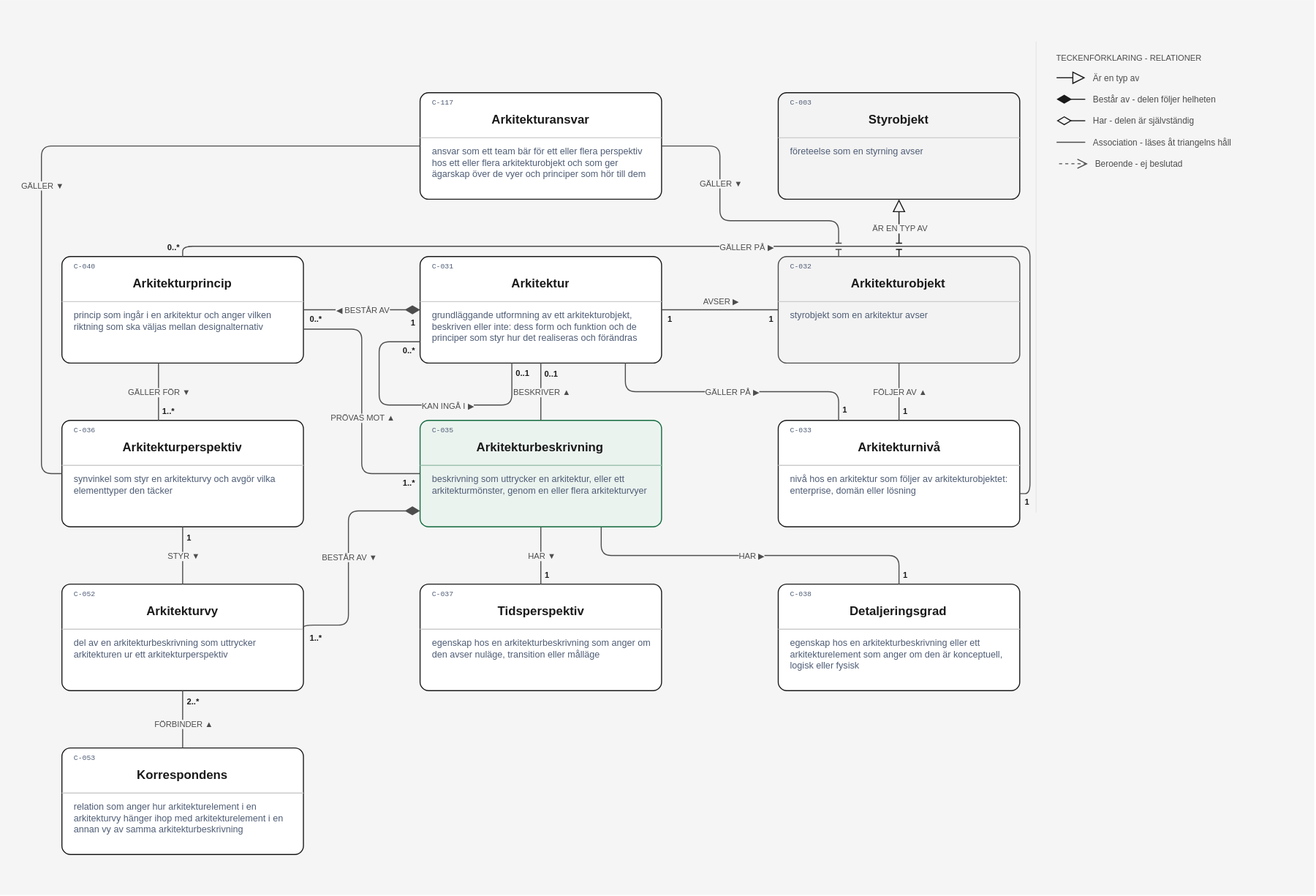
This is layout/Arkitektur/Arkitektur dimensioner.drawio.svg from nickdin/gestaltadet-katalog, a draw.io export, as it was before one commit. Source tidied: cells renumbered, new cells last; positions are measured from the earlier drawing's top-left corner, leaving out a move shared by most shapes.
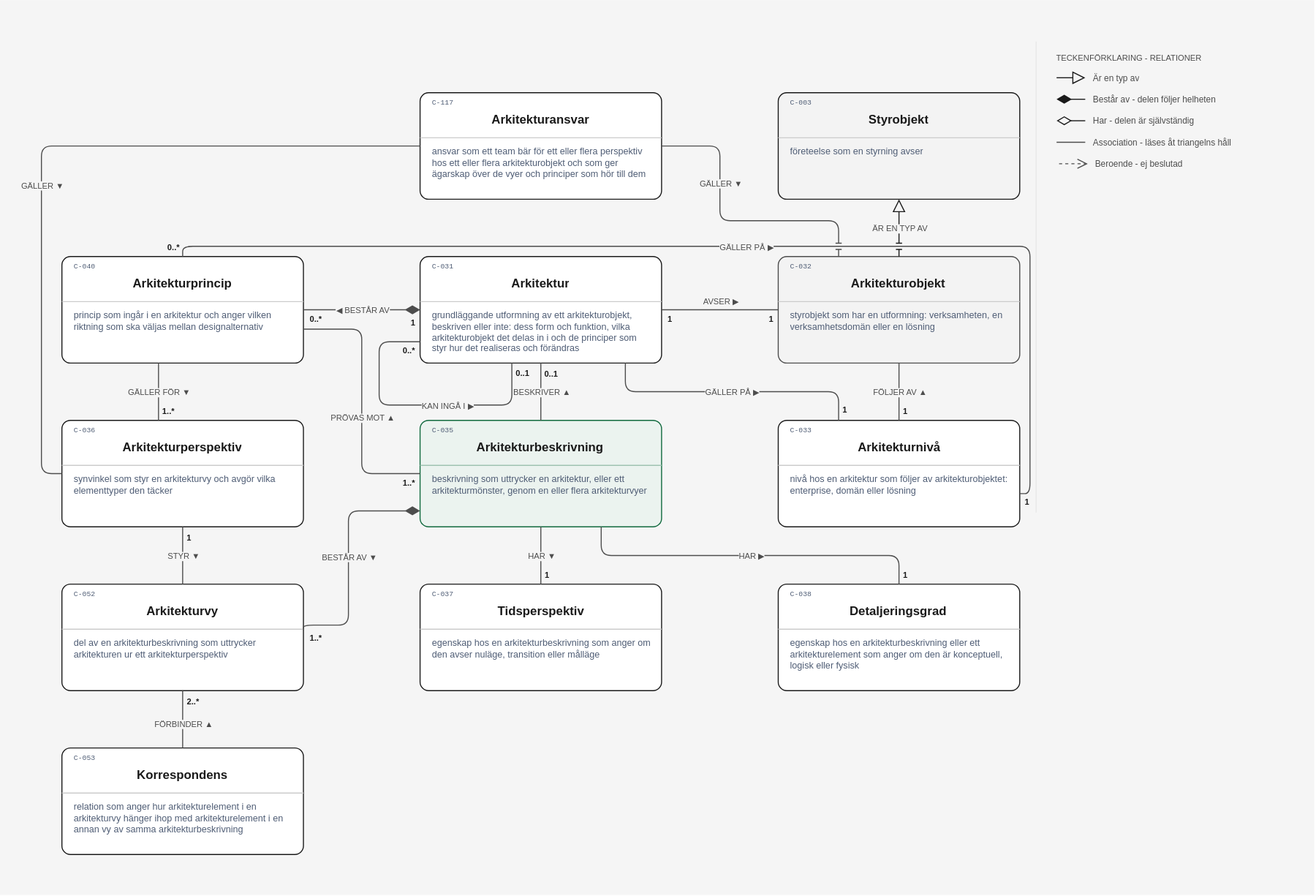
After the commit.

Commit message:
Ritningen Arkitektur dimensioner: 2 definitionstexter ändrade, Arkitektur (C-031) och Arkitekturobjekt (C-032), inga pilar ändrade, Ticket #183

Claude-Session: https://claude.ai/code/session_014hgawK7ATpaCj7Z6dFRSFg

The edit, as a diff of the source:
```diff
@@ -44,7 +44,7 @@
     <mxCell id="13" value="C-031" style="text;html=1;strokeColor=none;fillColor=none;align=left;verticalAlign=middle;whiteSpace=wrap;overflow=hidden;fontFamily=Courier New;fontSize=7;fontColor=#4f5d75;spacing=0;" parent="9" vertex="1">
       <mxGeometry x="12" y="5" width="60" height="10" as="geometry" />
     </mxCell>
-    <mxCell id="14" value="grundläggande utformning av ett arkitekturobjekt, beskriven eller inte: dess form och funktion och de principer som styr hur det realiseras och förändras" style="text;html=1;strokeColor=none;fillColor=none;align=left;verticalAlign=top;whiteSpace=wrap;overflow=hidden;fontFamily=Helvetica;fontSize=9;fontColor=#4f5d75;spacing=0;spacingTop=0;" parent="9" vertex="1">
+    <mxCell id="14" value="grundläggande utformning av ett arkitekturobjekt, beskriven eller inte: dess form och funktion, vilka arkitekturobjekt det delas in i och de principer som styr hur det realiseras och förändras" style="text;html=1;strokeColor=none;fillColor=none;align=left;verticalAlign=top;whiteSpace=wrap;overflow=hidden;fontFamily=Helvetica;fontSize=9;fontColor=#4f5d75;spacing=0;spacingTop=0;" parent="9" vertex="1">
       <mxGeometry x="12" y="48" width="212" height="48" as="geometry" />
     </mxCell>
     <mxCell id="15" style="group;" parent="1" vertex="1">
@@ -65,8 +65,8 @@
     <mxCell id="19" value="C-032" style="text;html=1;strokeColor=none;fillColor=none;align=left;verticalAlign=middle;whiteSpace=wrap;overflow=hidden;fontFamily=Courier New;fontSize=7;fontColor=#4f5d75;spacing=0;" parent="15" vertex="1">
       <mxGeometry x="12" y="5" width="60" height="10" as="geometry" />
     </mxCell>
-    <mxCell id="20" value="styrobjekt som en arkitektur avser" style="text;html=1;strokeColor=none;fillColor=none;align=left;verticalAlign=top;whiteSpace=wrap;overflow=hidden;fontFamily=Helvetica;fontSize=9;fontColor=#4f5d75;spacing=0;spacingTop=0;" parent="15" vertex="1">
-      <mxGeometry x="12" y="48" width="212" height="15" as="geometry" />
+    <mxCell id="20" value="styrobjekt som har en utformning: verksamheten, en verksamhetsdomän eller en lösning" style="text;html=1;strokeColor=none;fillColor=none;align=left;verticalAlign=top;whiteSpace=wrap;overflow=hidden;fontFamily=Helvetica;fontSize=9;fontColor=#4f5d75;spacing=0;spacingTop=0;" parent="15" vertex="1">
+      <mxGeometry x="12" y="48" width="212" height="26" as="geometry" />
     </mxCell>
     <mxCell id="21" style="group;" parent="1" vertex="1">
       <mxGeometry x="410" y="410" width="236" height="104" as="geometry" />
```
